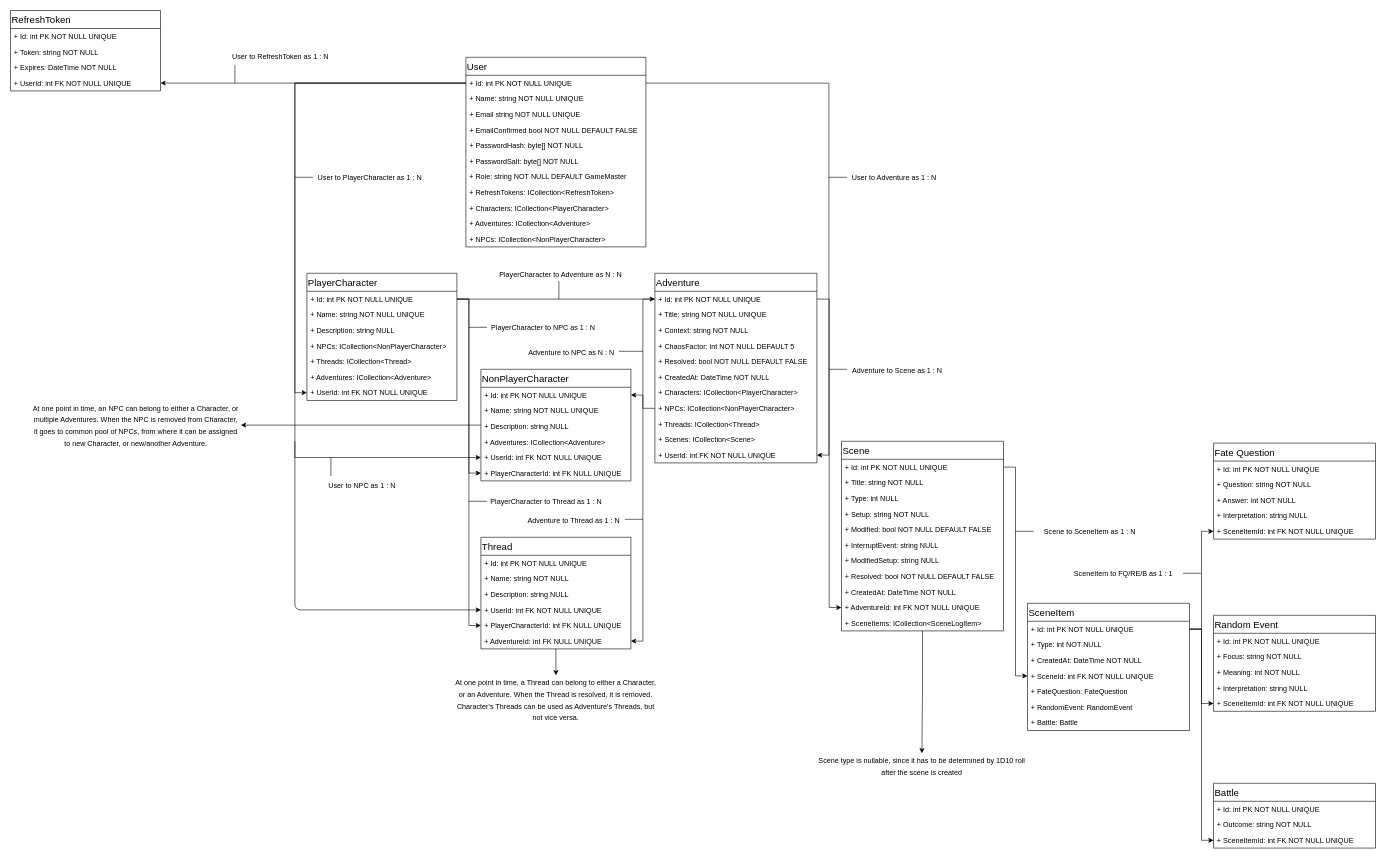
Above: page "Data Structure" (3 of 3) of App Flow and Data Structure.drawio in StanisKo/MGME (draw.io), before the change. Source tidied: cells renumbered, new cells numbered last; positions are measured from the earlier drawing's top-left corner, leaving out a move shared by most shapes. Both pictures are drawn from the tidied source at 60%, with x=0, y=0 at pixel (10, 10).
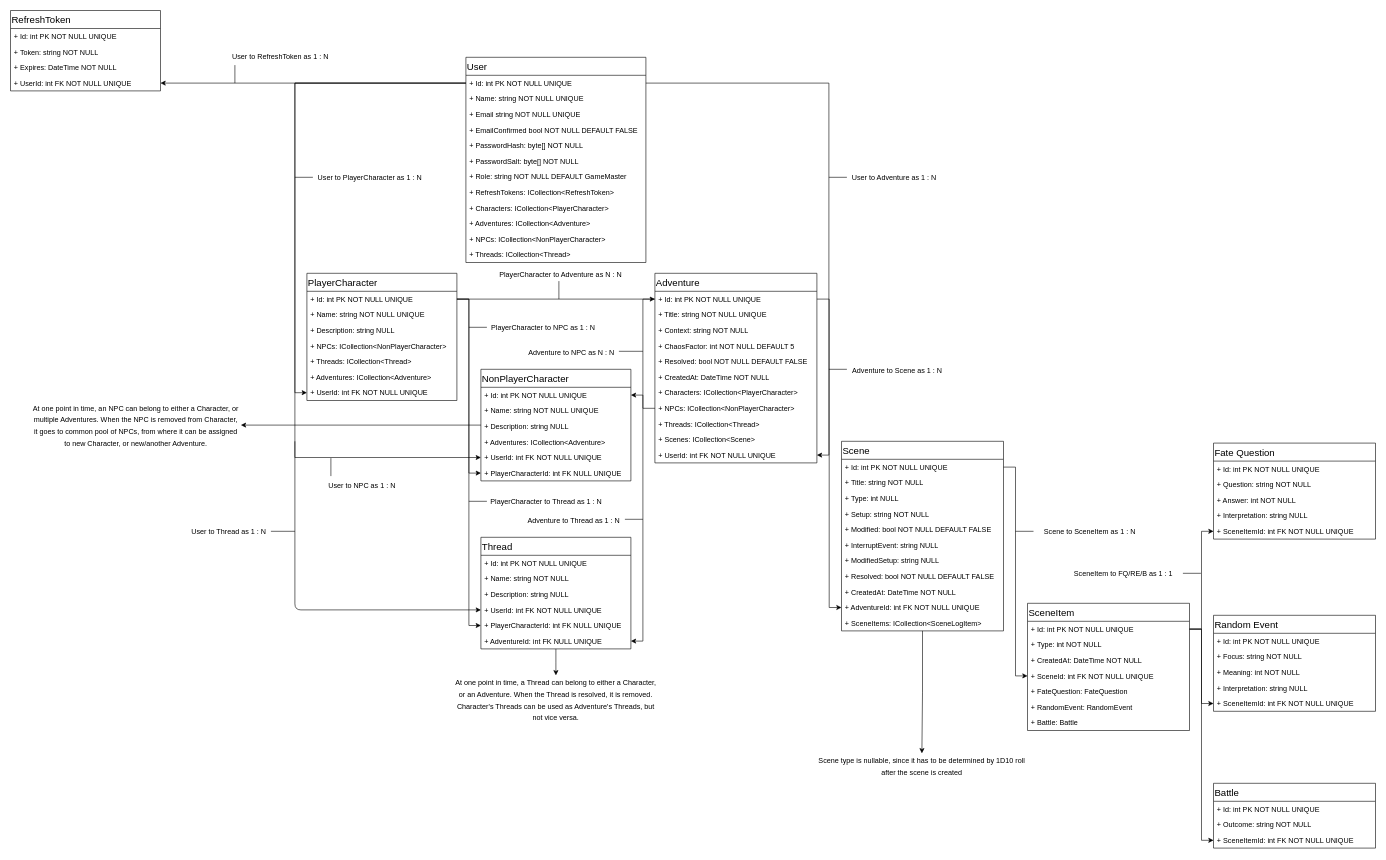
The same diagram, later.

Commit message (it also covers changes not shown here):
working on data structure

Change to the diagram source:
```diff
@@
     <mxCell id="101" value="User" style="swimlane;fontStyle=0;align=left;verticalAlign=top;horizontal=1;startSize=30;rounded=0;strokeColor=#000000;strokeWidth=1;fillColor=none;fontSize=16;fontColor=#000000;" parent="1" vertex="1">
-      <mxGeometry x="759" y="78" width="300" height="316" as="geometry" />
+      <mxGeometry x="759" y="78" width="300" height="342" as="geometry" />
     </mxCell>
@@
+    <mxCell id="134" value="+ Threads: ICollection&lt;Thread&gt;" style="text;strokeColor=none;fillColor=none;align=left;verticalAlign=top;spacingLeft=4;spacingRight=4;overflow=hidden;" parent="101" vertex="1">
+      <mxGeometry y="316" width="300" height="26" as="geometry" />
+    </mxCell>
@@
+    <mxCell id="135" style="endArrow=none;html=1;strokeWidth=1;fontSize=16;fontColor=#000000;" parent="1" edge="1">
+      <mxGeometry relative="1" as="geometry">
+        <mxPoint x="474" y="868" as="sourcePoint" />
+        <mxPoint x="434" y="868" as="targetPoint" />
+      </mxGeometry>
+    </mxCell>
+    <mxCell id="136" value="&lt;span style=&quot;font-size: 12px&quot;&gt;User to Thread as 1 : N&lt;/span&gt;" style="text;html=1;strokeColor=none;fillColor=none;align=center;verticalAlign=middle;whiteSpace=wrap;rounded=0;fontSize=16;fontColor=#000000;" parent="1" vertex="1">
+      <mxGeometry x="263" y="857" width="202" height="20" as="geometry" />
+    </mxCell>
```
